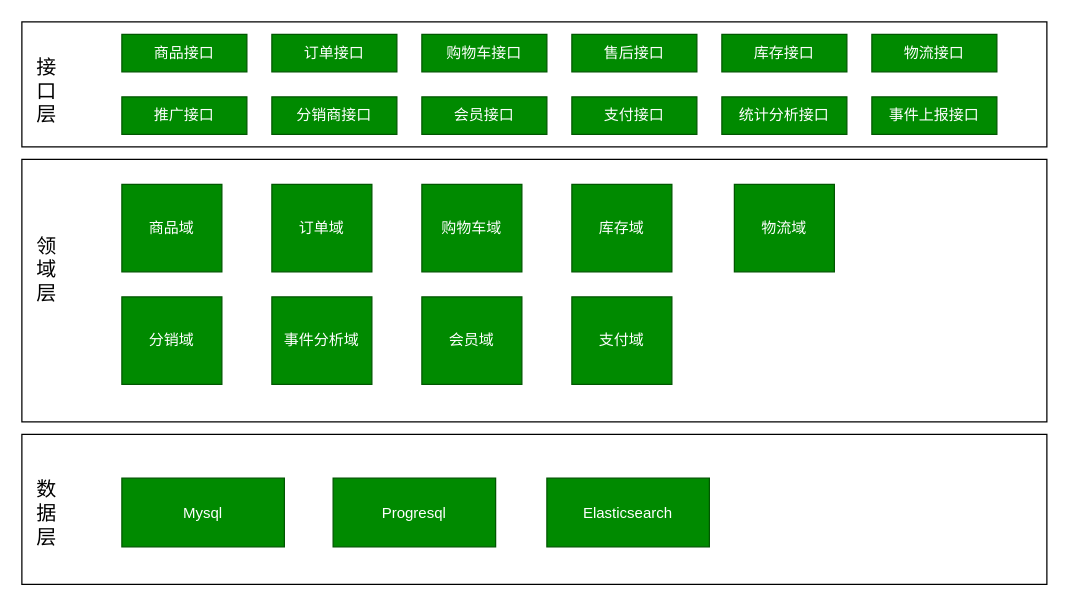
Before: 施工系统业务架构.drawio in samuerio/draw.io, a draw.io diagram. Source tidied: cells renumbered, new cells numbered last; positions are measured from the earlier drawing's top-left corner, leaving out a move shared by most shapes. Both pictures are drawn from the tidied source at 125%, with x=0, y=0 at pixel (21, 21).
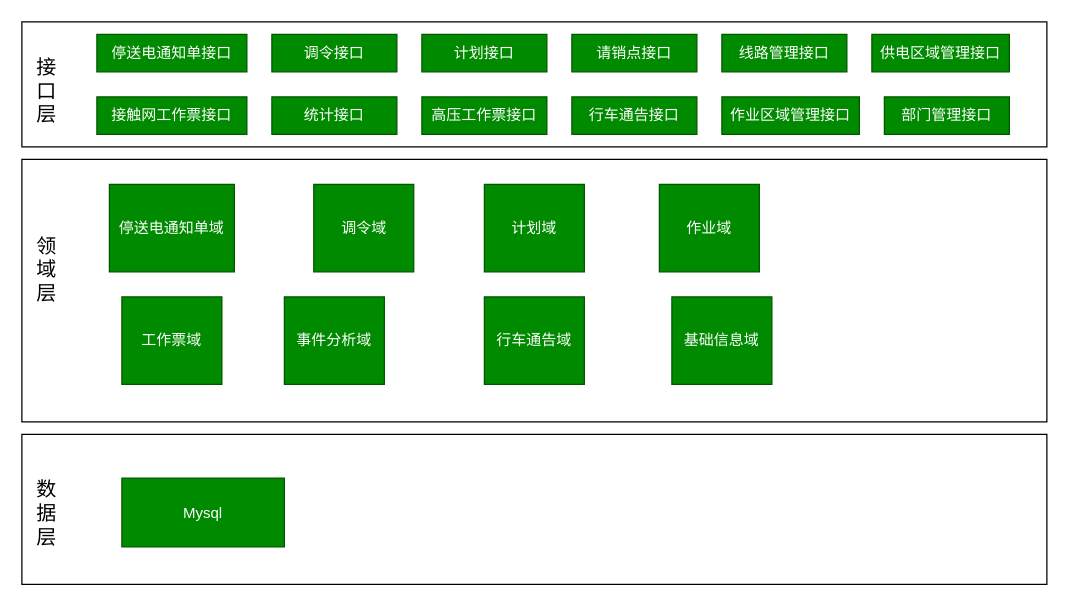
After the change.

Commit message:
Update 施工系统业务架构.drawio

What changed in the source:
```diff
@@
-    <mxCell id="4" value="商品接口" style="rounded=0;whiteSpace=wrap;html=1;fillColor=#008a00;strokeColor=#005700;fontColor=#ffffff;" parent="1" vertex="1">
-      <mxGeometry x="80" y="10" width="100" height="30" as="geometry" />
+    <mxCell id="4" value="停送电通知单接口" style="rounded=0;whiteSpace=wrap;html=1;fillColor=#008a00;strokeColor=#005700;fontColor=#ffffff;" parent="1" vertex="1">
+      <mxGeometry x="60" y="10" width="120" height="30" as="geometry" />
     </mxCell>
-    <mxCell id="5" value="订单接口" style="rounded=0;whiteSpace=wrap;html=1;fillColor=#008a00;strokeColor=#005700;fontColor=#ffffff;" parent="1" vertex="1">
+    <mxCell id="5" value="调令接口" style="rounded=0;whiteSpace=wrap;html=1;fillColor=#008a00;strokeColor=#005700;fontColor=#ffffff;" parent="1" vertex="1">
       <mxGeometry x="200" y="10" width="100" height="30" as="geometry" />
     </mxCell>
-    <mxCell id="6" value="购物车接口" style="rounded=0;whiteSpace=wrap;html=1;fillColor=#008a00;strokeColor=#005700;fontColor=#ffffff;" parent="1" vertex="1">
+    <mxCell id="6" value="计划接口" style="rounded=0;whiteSpace=wrap;html=1;fillColor=#008a00;strokeColor=#005700;fontColor=#ffffff;" parent="1" vertex="1">
       <mxGeometry x="320" y="10" width="100" height="30" as="geometry" />
     </mxCell>
-    <mxCell id="7" value="售后接口" style="rounded=0;whiteSpace=wrap;html=1;fillColor=#008a00;strokeColor=#005700;fontColor=#ffffff;" parent="1" vertex="1">
+    <mxCell id="7" value="请销点接口" style="rounded=0;whiteSpace=wrap;html=1;fillColor=#008a00;strokeColor=#005700;fontColor=#ffffff;" parent="1" vertex="1">
       <mxGeometry x="440" y="10" width="100" height="30" as="geometry" />
     </mxCell>
-    <mxCell id="8" value="推广接口" style="rounded=0;whiteSpace=wrap;html=1;fillColor=#008a00;strokeColor=#005700;fontColor=#ffffff;" parent="1" vertex="1">
-      <mxGeometry x="80" y="60" width="100" height="30" as="geometry" />
+    <mxCell id="8" value="统计接口" style="rounded=0;whiteSpace=wrap;html=1;fillColor=#008a00;strokeColor=#005700;fontColor=#ffffff;" parent="1" vertex="1">
+      <mxGeometry x="200" y="60" width="100" height="30" as="geometry" />
     </mxCell>
-    <mxCell id="9" value="分销商接口" style="rounded=0;whiteSpace=wrap;html=1;fillColor=#008a00;strokeColor=#005700;fontColor=#ffffff;" parent="1" vertex="1">
-      <mxGeometry x="200" y="60" width="100" height="30" as="geometry" />
+    <mxCell id="9" value="接触网工作票接口" style="rounded=0;whiteSpace=wrap;html=1;fillColor=#008a00;strokeColor=#005700;fontColor=#ffffff;" parent="1" vertex="1">
+      <mxGeometry x="60" y="60" width="120" height="30" as="geometry" />
     </mxCell>
-    <mxCell id="10" value="会员接口" style="rounded=0;whiteSpace=wrap;html=1;fillColor=#008a00;strokeColor=#005700;fontColor=#ffffff;" parent="1" vertex="1">
+    <mxCell id="10" value="高压工作票接口" style="rounded=0;whiteSpace=wrap;html=1;fillColor=#008a00;strokeColor=#005700;fontColor=#ffffff;" parent="1" vertex="1">
       <mxGeometry x="320" y="60" width="100" height="30" as="geometry" />
     </mxCell>
-    <mxCell id="11" value="支付接口" style="rounded=0;whiteSpace=wrap;html=1;fillColor=#008a00;strokeColor=#005700;fontColor=#ffffff;" parent="1" vertex="1">
+    <mxCell id="11" value="行车通告接口" style="rounded=0;whiteSpace=wrap;html=1;fillColor=#008a00;strokeColor=#005700;fontColor=#ffffff;" parent="1" vertex="1">
       <mxGeometry x="440" y="60" width="100" height="30" as="geometry" />
     </mxCell>
-    <mxCell id="12" value="库存接口" style="rounded=0;whiteSpace=wrap;html=1;fillColor=#008a00;strokeColor=#005700;fontColor=#ffffff;" parent="1" vertex="1">
-      <mxGeometry x="560" y="10" width="100" height="30" as="geometry" />
-    </mxCell>
-    <mxCell id="13" value="统计分析接口" style="rounded=0;whiteSpace=wrap;html=1;fillColor=#008a00;strokeColor=#005700;fontColor=#ffffff;" parent="1" vertex="1">
-      <mxGeometry x="560" y="60" width="100" height="30" as="geometry" />
-    </mxCell>
@@
-    <mxCell id="16" value="商品域" style="rounded=0;whiteSpace=wrap;html=1;fillColor=#008a00;strokeColor=#005700;fontColor=#ffffff;" parent="1" vertex="1">
-      <mxGeometry x="80" y="130" width="80" height="70" as="geometry" />
+    <mxCell id="16" value="停送电通知单域" style="rounded=0;whiteSpace=wrap;html=1;fillColor=#008a00;strokeColor=#005700;fontColor=#ffffff;" parent="1" vertex="1">
+      <mxGeometry x="70" y="130" width="100" height="70" as="geometry" />
     </mxCell>
-    <mxCell id="17" value="分销域" style="rounded=0;whiteSpace=wrap;html=1;fillColor=#008a00;strokeColor=#005700;fontColor=#ffffff;" parent="1" vertex="1">
+    <mxCell id="17" value="工作票域" style="rounded=0;whiteSpace=wrap;html=1;fillColor=#008a00;strokeColor=#005700;fontColor=#ffffff;" parent="1" vertex="1">
       <mxGeometry x="80" y="220" width="80" height="70" as="geometry" />
     </mxCell>
-    <mxCell id="18" value="订单域" style="rounded=0;whiteSpace=wrap;html=1;fillColor=#008a00;strokeColor=#005700;fontColor=#ffffff;" parent="1" vertex="1">
-      <mxGeometry x="200" y="130" width="80" height="70" as="geometry" />
+    <mxCell id="18" value="调令域" style="rounded=0;whiteSpace=wrap;html=1;fillColor=#008a00;strokeColor=#005700;fontColor=#ffffff;" parent="1" vertex="1">
+      <mxGeometry x="233.5" y="130" width="80" height="70" as="geometry" />
     </mxCell>
-    <mxCell id="19" value="购物车域" style="rounded=0;whiteSpace=wrap;html=1;fillColor=#008a00;strokeColor=#005700;fontColor=#ffffff;" parent="1" vertex="1">
-      <mxGeometry x="320" y="130" width="80" height="70" as="geometry" />
+    <mxCell id="19" value="计划域" style="rounded=0;whiteSpace=wrap;html=1;fillColor=#008a00;strokeColor=#005700;fontColor=#ffffff;" parent="1" vertex="1">
+      <mxGeometry x="370" y="130" width="80" height="70" as="geometry" />
     </mxCell>
-    <mxCell id="20" value="库存域" style="rounded=0;whiteSpace=wrap;html=1;fillColor=#008a00;strokeColor=#005700;fontColor=#ffffff;" parent="1" vertex="1">
-      <mxGeometry x="440" y="130" width="80" height="70" as="geometry" />
+    <mxCell id="20" value="作业域" style="rounded=0;whiteSpace=wrap;html=1;fillColor=#008a00;strokeColor=#005700;fontColor=#ffffff;" parent="1" vertex="1">
+      <mxGeometry x="510" y="130" width="80" height="70" as="geometry" />
     </mxCell>
-    <mxCell id="21" value="物流接口" style="rounded=0;whiteSpace=wrap;html=1;fillColor=#008a00;strokeColor=#005700;fontColor=#ffffff;" parent="1" vertex="1">
-      <mxGeometry x="680" y="10" width="100" height="30" as="geometry" />
-    </mxCell>
-    <mxCell id="22" value="事件上报接口" style="rounded=0;whiteSpace=wrap;html=1;fillColor=#008a00;strokeColor=#005700;fontColor=#ffffff;" parent="1" vertex="1">
-      <mxGeometry x="680" y="60" width="100" height="30" as="geometry" />
-    </mxCell>
-    <mxCell id="23" value="物流域" style="rounded=0;whiteSpace=wrap;html=1;fillColor=#008a00;strokeColor=#005700;fontColor=#ffffff;" parent="1" vertex="1">
-      <mxGeometry x="570" y="130" width="80" height="70" as="geometry" />
+    <mxCell id="23" value="基础信息域" style="rounded=0;whiteSpace=wrap;html=1;fillColor=#008a00;strokeColor=#005700;fontColor=#ffffff;" parent="1" vertex="1">
+      <mxGeometry x="520" y="220" width="80" height="70" as="geometry" />
     </mxCell>
     <mxCell id="24" value="事件分析域" style="rounded=0;whiteSpace=wrap;html=1;fillColor=#008a00;strokeColor=#005700;fontColor=#ffffff;" parent="1" vertex="1">
-      <mxGeometry x="200" y="220" width="80" height="70" as="geometry" />
+      <mxGeometry x="210" y="220" width="80" height="70" as="geometry" />
     </mxCell>
-    <mxCell id="25" value="会员域" style="rounded=0;whiteSpace=wrap;html=1;fillColor=#008a00;strokeColor=#005700;fontColor=#ffffff;" parent="1" vertex="1">
-      <mxGeometry x="320" y="220" width="80" height="70" as="geometry" />
+    <mxCell id="25" value="行车通告域" style="rounded=0;whiteSpace=wrap;html=1;fillColor=#008a00;strokeColor=#005700;fontColor=#ffffff;" parent="1" vertex="1">
+      <mxGeometry x="370" y="220" width="80" height="70" as="geometry" />
     </mxCell>
-    <mxCell id="26" value="支付域" style="rounded=0;whiteSpace=wrap;html=1;fillColor=#008a00;strokeColor=#005700;fontColor=#ffffff;" parent="1" vertex="1">
-      <mxGeometry x="440" y="220" width="80" height="70" as="geometry" />
-    </mxCell>
@@
-    <mxCell id="30" value="Progresql" style="rounded=0;whiteSpace=wrap;html=1;fillColor=#008a00;strokeColor=#005700;fontColor=#ffffff;" parent="1" vertex="1">
-      <mxGeometry x="249" y="365" width="130" height="55" as="geometry" />
-    </mxCell>
-    <mxCell id="31" value="Elasticsearch" style="rounded=0;whiteSpace=wrap;html=1;fillColor=#008a00;strokeColor=#005700;fontColor=#ffffff;" parent="1" vertex="1">
-      <mxGeometry x="420" y="365" width="130" height="55" as="geometry" />
-    </mxCell>
+    <mxCell id="32" value="线路管理接口" style="rounded=0;whiteSpace=wrap;html=1;fillColor=#008a00;strokeColor=#005700;fontColor=#ffffff;" parent="1" vertex="1">
+      <mxGeometry x="560" y="10" width="100" height="30" as="geometry" />
+    </mxCell>
+    <mxCell id="33" value="作业区域管理接口" style="rounded=0;whiteSpace=wrap;html=1;fillColor=#008a00;strokeColor=#005700;fontColor=#ffffff;" parent="1" vertex="1">
+      <mxGeometry x="560" y="60" width="110" height="30" as="geometry" />
+    </mxCell>
+    <mxCell id="34" value="供电区域管理接口" style="rounded=0;whiteSpace=wrap;html=1;fillColor=#008a00;strokeColor=#005700;fontColor=#ffffff;" parent="1" vertex="1">
+      <mxGeometry x="680" y="10" width="110" height="30" as="geometry" />
+    </mxCell>
+    <mxCell id="35" value="部门管理接口" style="rounded=0;whiteSpace=wrap;html=1;fillColor=#008a00;strokeColor=#005700;fontColor=#ffffff;" parent="1" vertex="1">
+      <mxGeometry x="690" y="60" width="100" height="30" as="geometry" />
+    </mxCell>
```
